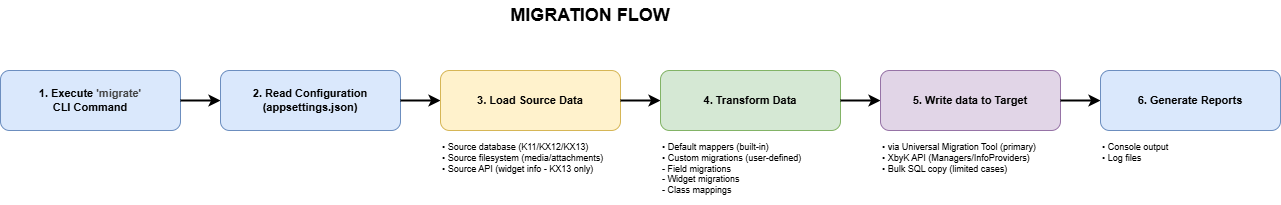
Above: images/diagrams/migration-flow.png in Kentico/xperience-by-kentico-kentico-migration-tool (draw.io), before the change. Source tidied: cells renumbered, new cells last; positions are measured from the earlier drawing's top-left corner, leaving out a move shared by most shapes.
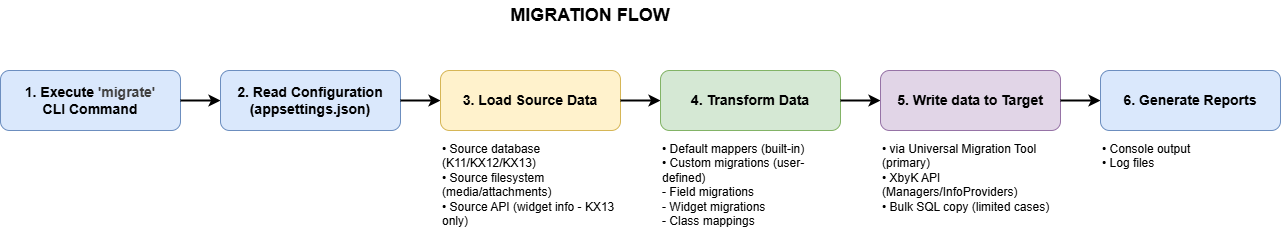
After the commit.

Commit message:
bigger font in migration flow

Diff of the diagram source:
```diff
@@ -5,49 +5,49 @@
     <mxCell id="2" value="MIGRATION FLOW" style="text;html=1;strokeColor=none;fillColor=none;align=center;verticalAlign=middle;whiteSpace=wrap;rounded=0;fontSize=18;fontStyle=1;" parent="1" vertex="1">
       <mxGeometry x="340" width="500" height="30" as="geometry" />
     </mxCell>
-    <mxCell id="3" value="&lt;b&gt;1. Execute&amp;nbsp;&lt;/b&gt;&lt;b style=&quot;color: rgb(63, 63, 63); scrollbar-color: rgb(226, 226, 226) rgb(251, 251, 251);&quot;&gt;'migrate'&lt;/b&gt;&lt;div&gt;&lt;b&gt;CLI Command&lt;/b&gt;&lt;/div&gt;" style="rounded=1;whiteSpace=wrap;html=1;fillColor=#dae8fc;strokeColor=#6c8ebf;fontSize=11;align=center;verticalAlign=middle;" parent="1" vertex="1">
+    <mxCell id="3" value="&lt;b&gt;1. Execute&amp;nbsp;&lt;/b&gt;&lt;b style=&quot;color: rgb(63, 63, 63); scrollbar-color: rgb(226, 226, 226) rgb(251, 251, 251);&quot;&gt;'migrate'&lt;/b&gt;&lt;div&gt;&lt;b&gt;CLI Command&lt;/b&gt;&lt;/div&gt;" style="rounded=1;whiteSpace=wrap;html=1;fillColor=#dae8fc;strokeColor=#6c8ebf;fontSize=14;align=center;verticalAlign=middle;" parent="1" vertex="1">
       <mxGeometry y="70" width="180" height="60" as="geometry" />
     </mxCell>
     <mxCell id="4" style="endArrow=classic;html=1;strokeWidth=2;exitX=1;exitY=0.5;entryX=0;entryY=0.5;" parent="1" edge="1" source="3" target="5">
       <mxGeometry relative="1" as="geometry" />
     </mxCell>
-    <mxCell id="5" value="&lt;b&gt;2. Read Configuration&lt;br&gt;(appsettings.json)&lt;/b&gt;" style="rounded=1;whiteSpace=wrap;html=1;fillColor=#dae8fc;strokeColor=#6c8ebf;fontSize=11;align=center;verticalAlign=middle;" parent="1" vertex="1">
+    <mxCell id="5" value="&lt;b&gt;2. Read Configuration&lt;br&gt;(appsettings.json)&lt;/b&gt;" style="rounded=1;whiteSpace=wrap;html=1;fillColor=#dae8fc;strokeColor=#6c8ebf;fontSize=14;align=center;verticalAlign=middle;" parent="1" vertex="1">
       <mxGeometry x="220" y="70" width="180" height="60" as="geometry" />
     </mxCell>
     <mxCell id="6" style="endArrow=classic;html=1;strokeWidth=2;exitX=1;exitY=0.5;entryX=0;entryY=0.5;" parent="1" edge="1" source="5" target="7">
       <mxGeometry relative="1" as="geometry" />
     </mxCell>
-    <mxCell id="7" value="&lt;b&gt;3. Load Source Data&lt;/b&gt;" style="rounded=1;whiteSpace=wrap;html=1;fillColor=#fff2cc;strokeColor=#d6b656;fontSize=11;align=center;verticalAlign=middle;" parent="1" vertex="1">
+    <mxCell id="7" value="&lt;b&gt;3. Load Source Data&lt;/b&gt;" style="rounded=1;whiteSpace=wrap;html=1;fillColor=#fff2cc;strokeColor=#d6b656;fontSize=14;align=center;verticalAlign=middle;" parent="1" vertex="1">
       <mxGeometry x="440" y="70" width="180" height="60" as="geometry" />
     </mxCell>
-    <mxCell id="8" value="• Source database (K11/KX12/KX13)&lt;br&gt;• Source filesystem (media/attachments)&lt;br&gt;• Source API (widget info - KX13 only)" style="text;html=1;strokeColor=none;fillColor=none;align=left;verticalAlign=top;whiteSpace=wrap;rounded=0;fontSize=9;" parent="1" vertex="1">
+    <mxCell id="8" value="• Source database (K11/KX12/KX13)&lt;br&gt;• Source filesystem (media/attachments)&lt;br&gt;• Source API (widget info - KX13 only)" style="text;html=1;strokeColor=none;fillColor=none;align=left;verticalAlign=top;whiteSpace=wrap;rounded=0;fontSize=12;" parent="1" vertex="1">
       <mxGeometry x="440" y="135" width="180" height="50" as="geometry" />
     </mxCell>
     <mxCell id="9" style="endArrow=classic;html=1;strokeWidth=2;exitX=1;exitY=0.5;entryX=0;entryY=0.5;" parent="1" edge="1" source="7" target="10">
       <mxGeometry relative="1" as="geometry" />
     </mxCell>
-    <mxCell id="10" value="&lt;b&gt;4. Transform Data&lt;/b&gt;" style="rounded=1;whiteSpace=wrap;html=1;fillColor=#d5e8d4;strokeColor=#82b366;fontSize=11;align=center;verticalAlign=middle;" parent="1" vertex="1">
+    <mxCell id="10" value="&lt;b&gt;4. Transform Data&lt;/b&gt;" style="rounded=1;whiteSpace=wrap;html=1;fillColor=#d5e8d4;strokeColor=#82b366;fontSize=14;align=center;verticalAlign=middle;" parent="1" vertex="1">
       <mxGeometry x="660" y="70" width="180" height="60" as="geometry" />
     </mxCell>
-    <mxCell id="11" value="• Default mappers (built-in)&lt;br&gt;• Custom migrations (user-defined)&lt;br&gt;  - Field migrations&lt;br&gt;  - Widget migrations&lt;br&gt;  - Class mappings" style="text;html=1;strokeColor=none;fillColor=none;align=left;verticalAlign=top;whiteSpace=wrap;rounded=0;fontSize=9;" parent="1" vertex="1">
+    <mxCell id="11" value="• Default mappers (built-in)&lt;br&gt;• Custom migrations (user-defined)&lt;br&gt;  - Field migrations&lt;br&gt;  - Widget migrations&lt;br&gt;  - Class mappings" style="text;html=1;strokeColor=none;fillColor=none;align=left;verticalAlign=top;whiteSpace=wrap;rounded=0;fontSize=12;" parent="1" vertex="1">
       <mxGeometry x="660" y="135" width="180" height="70" as="geometry" />
     </mxCell>
     <mxCell id="12" style="endArrow=classic;html=1;strokeWidth=2;exitX=1;exitY=0.5;entryX=0;entryY=0.5;" parent="1" edge="1" source="10" target="13">
       <mxGeometry relative="1" as="geometry" />
     </mxCell>
-    <mxCell id="13" value="&lt;b&gt;5. Write data to Target&lt;/b&gt;" style="rounded=1;whiteSpace=wrap;html=1;fillColor=#e1d5e7;strokeColor=#9673a6;fontSize=11;align=center;verticalAlign=middle;" parent="1" vertex="1">
+    <mxCell id="13" value="&lt;b&gt;5. Write data to Target&lt;/b&gt;" style="rounded=1;whiteSpace=wrap;html=1;fillColor=#e1d5e7;strokeColor=#9673a6;fontSize=14;align=center;verticalAlign=middle;" parent="1" vertex="1">
       <mxGeometry x="880" y="70" width="180" height="60" as="geometry" />
     </mxCell>
-    <mxCell id="14" value="• via Universal Migration Tool (primary)&lt;br&gt;• XbyK API (Managers/InfoProviders)&lt;br&gt;• Bulk SQL copy (limited cases)" style="text;html=1;strokeColor=none;fillColor=none;align=left;verticalAlign=top;whiteSpace=wrap;rounded=0;fontSize=9;" parent="1" vertex="1">
+    <mxCell id="14" value="• via Universal Migration Tool (primary)&lt;br&gt;• XbyK API (Managers/InfoProviders)&lt;br&gt;• Bulk SQL copy (limited cases)" style="text;html=1;strokeColor=none;fillColor=none;align=left;verticalAlign=top;whiteSpace=wrap;rounded=0;fontSize=12;" parent="1" vertex="1">
       <mxGeometry x="880" y="135" width="180" height="50" as="geometry" />
     </mxCell>
     <mxCell id="15" style="endArrow=classic;html=1;strokeWidth=2;exitX=1;exitY=0.5;entryX=0;entryY=0.5;" parent="1" edge="1" source="13" target="16">
       <mxGeometry relative="1" as="geometry" />
     </mxCell>
-    <mxCell id="16" value="&lt;b&gt;6. Generate Reports&lt;/b&gt;" style="rounded=1;whiteSpace=wrap;html=1;fillColor=#dae8fc;strokeColor=#6c8ebf;fontSize=11;align=center;verticalAlign=middle;" parent="1" vertex="1">
+    <mxCell id="16" value="&lt;b&gt;6. Generate Reports&lt;/b&gt;" style="rounded=1;whiteSpace=wrap;html=1;fillColor=#dae8fc;strokeColor=#6c8ebf;fontSize=14;align=center;verticalAlign=middle;" parent="1" vertex="1">
       <mxGeometry x="1100" y="70" width="180" height="60" as="geometry" />
     </mxCell>
-    <mxCell id="17" value="• Console output&lt;br&gt;• Log files" style="text;html=1;strokeColor=none;fillColor=none;align=left;verticalAlign=top;whiteSpace=wrap;rounded=0;fontSize=9;" parent="1" vertex="1">
+    <mxCell id="17" value="• Console output&lt;br&gt;• Log files" style="text;html=1;strokeColor=none;fillColor=none;align=left;verticalAlign=top;whiteSpace=wrap;rounded=0;fontSize=12;" parent="1" vertex="1">
       <mxGeometry x="1100" y="135" width="180" height="30" as="geometry" />
     </mxCell>
   </root>
```
